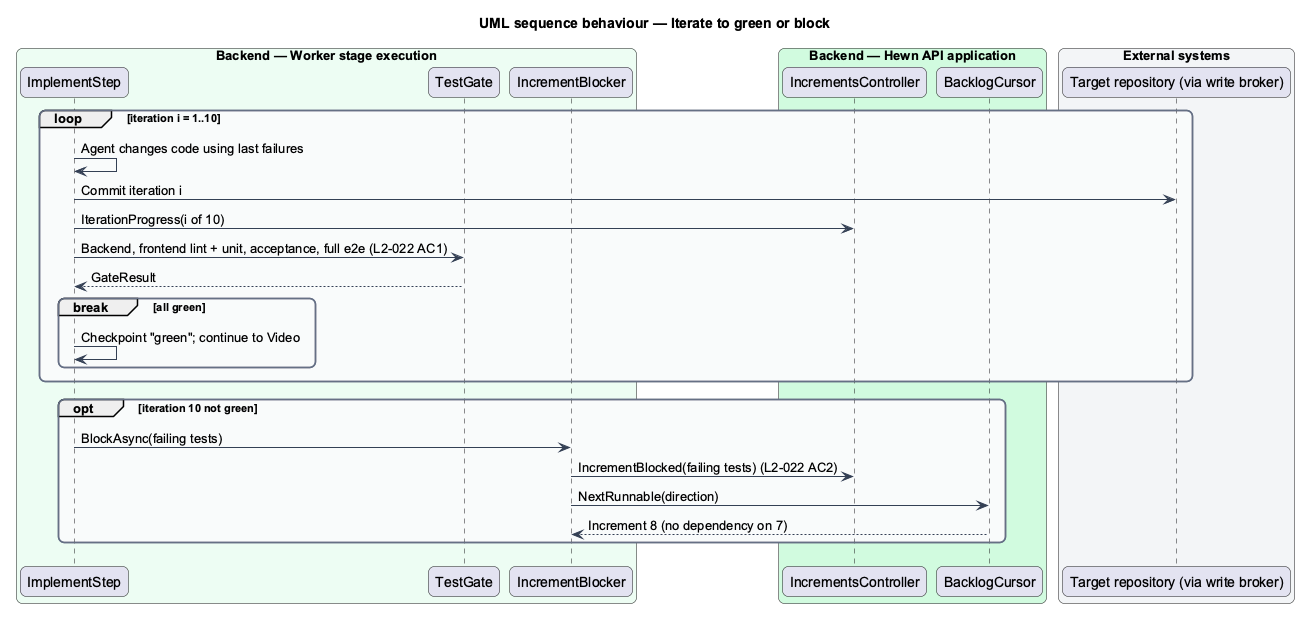
Before: docs/detailed-designs/increments/implement-until-green/diagrams/sequence-iterate.png, a diagram exported from PlantUML (QuinntyneBrown/hewn).
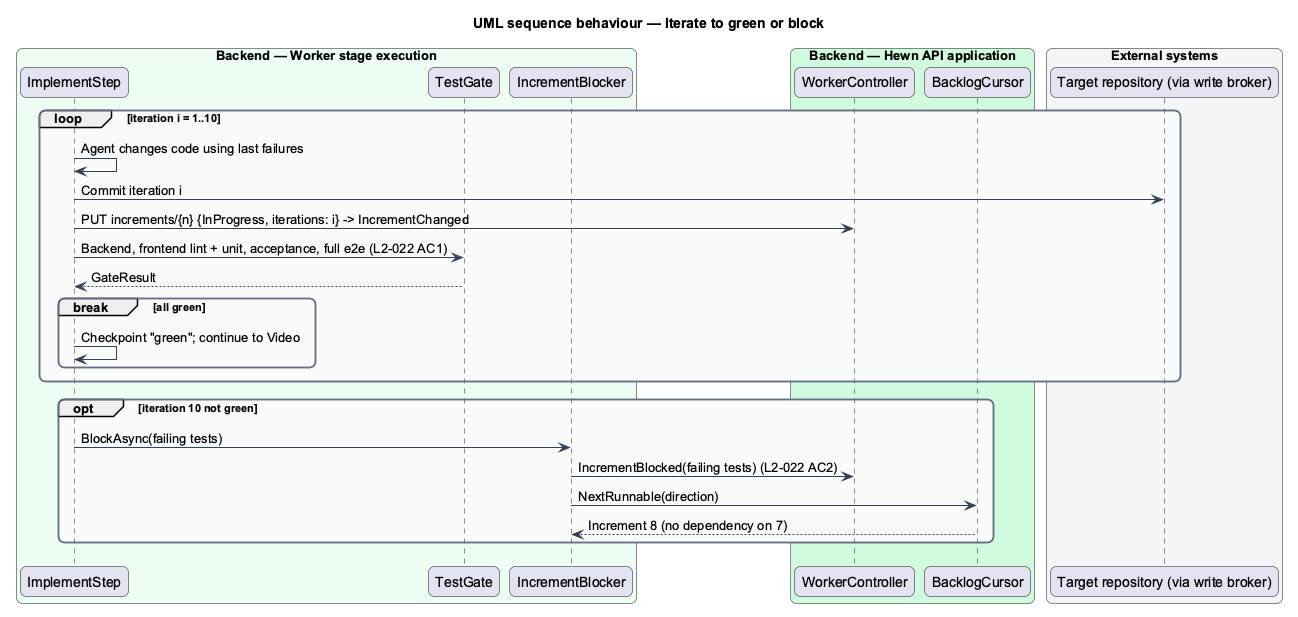
The same file after the commit.

What changed in the source:
```diff
@@ -21,7 +21,7 @@
   participant "IncrementBlocker" as block
 end box
 box "Backend — Hewn API application" #D1FADF
-  participant "IncrementsController" as ctrl
+  participant "WorkerController" as ctrl
   participant "BacklogCursor" as cursor
 end box
 box "External systems" #F2F4F7
@@ -30,7 +30,7 @@
 loop iteration i = 1..10
   impl -> impl : Agent changes code using last failures
   impl -> gh : Commit iteration i
-  impl -> ctrl : IterationProgress(i of 10)
+  impl -> ctrl : PUT increments/{n} {InProgress, iterations: i} -> IncrementChanged
   impl -> gate : Backend, frontend lint + unit, acceptance, full e2e (L2-022 AC1)
   gate --> impl : GateResult
   break all green
```
